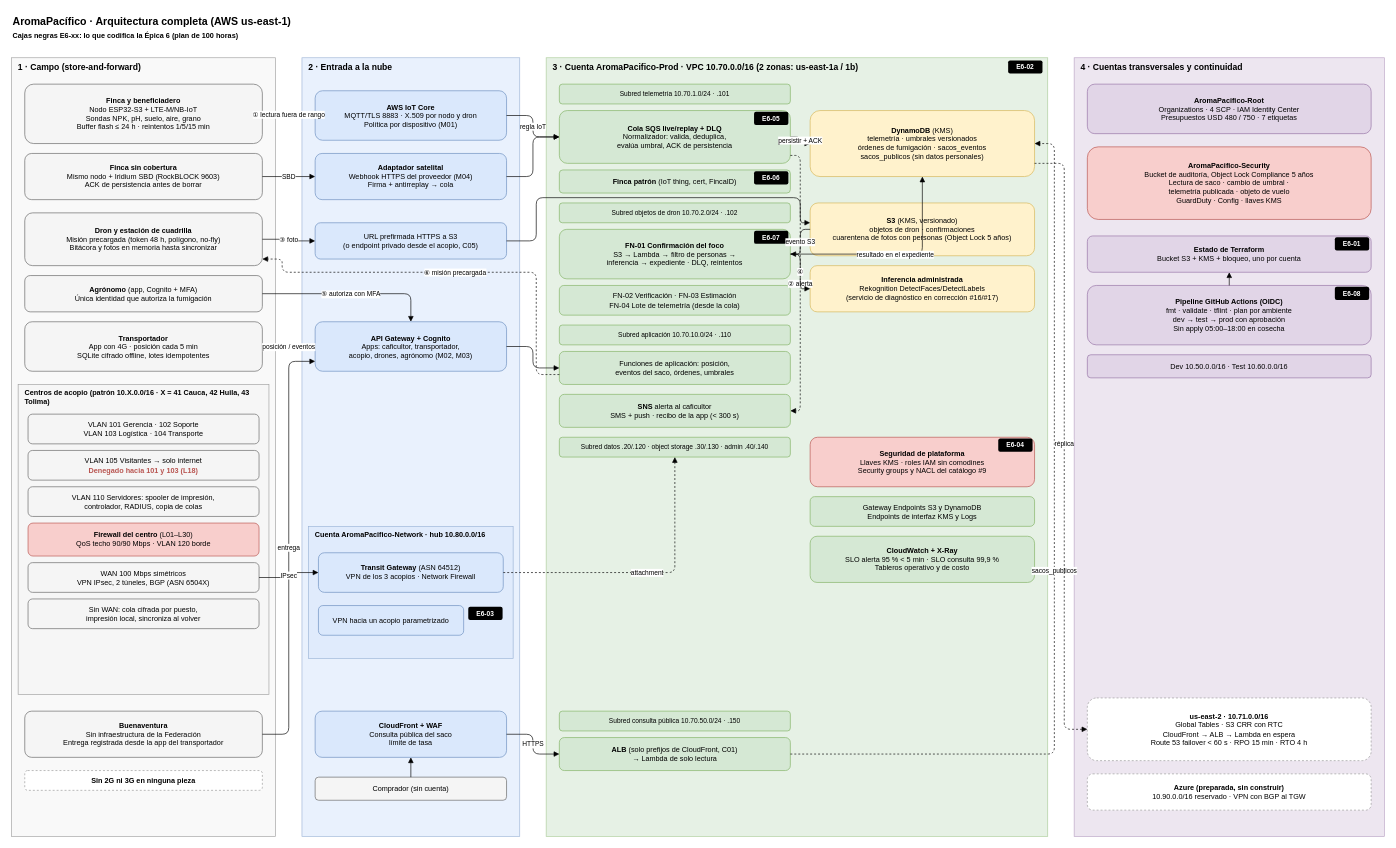
Earlier version of the draw.io diagram docs/architecture/diagrams/vista-general.drawio (aromapacifico-platform/planning). Source tidied: cells renumbered, new cells numbered last; positions are measured from the earlier drawing's top-left corner, leaving out a move shared by most shapes. Both pictures are drawn from the tidied source at 66%, with x=0, y=0 at pixel (11, 11).
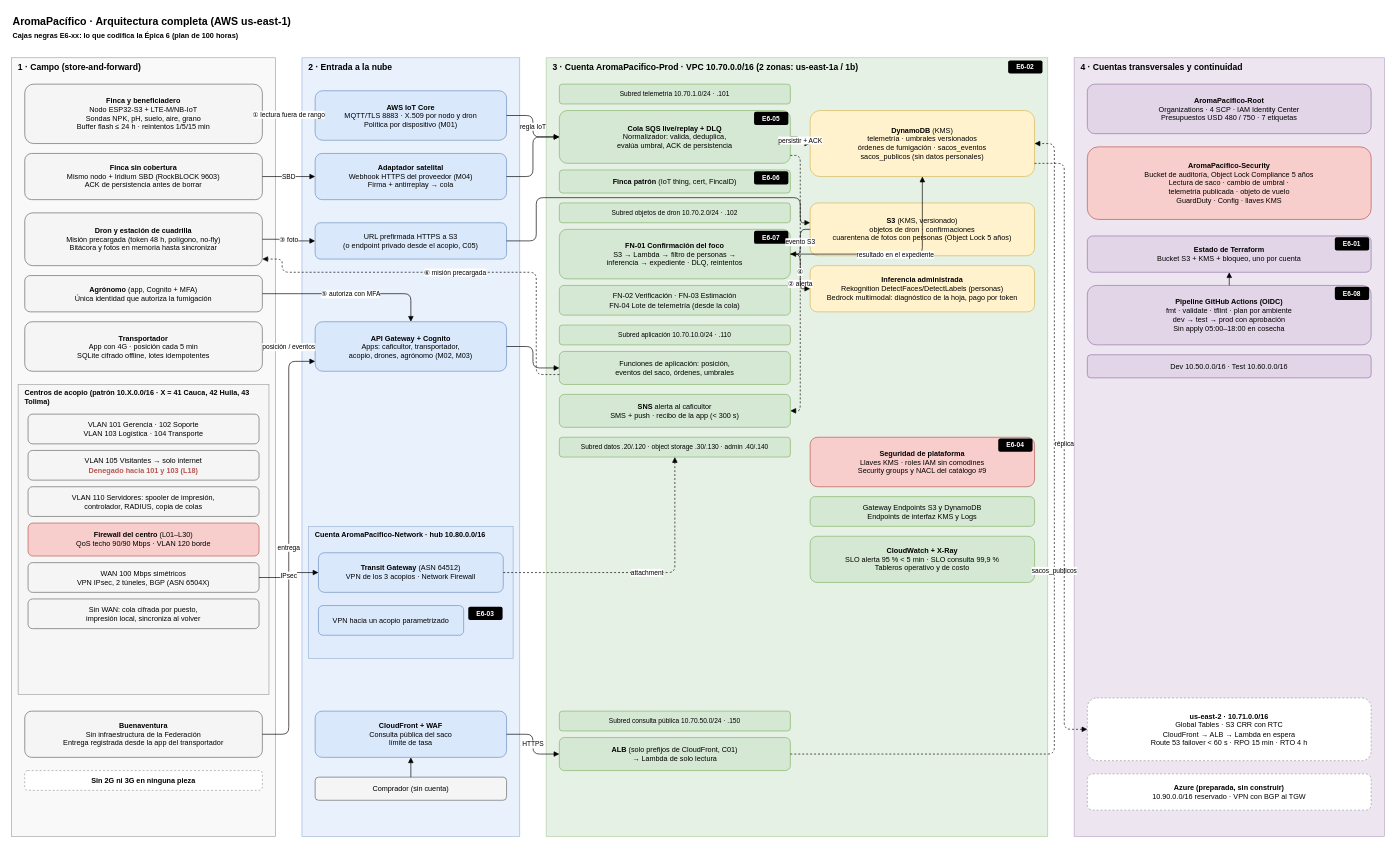
After the change.

Commit message (it also covers changes not shown here):
docs(architecture): close functions section with bedrock inference

What changed in the source:
```diff
@@
-    <mxCell id="43" value="&lt;b&gt;Inferencia administrada&lt;/b&gt;&lt;br&gt;Rekognition DetectFaces/DetectLabels&lt;br&gt;(servicio de diagnóstico en corrección #16/#17)" style="rounded=1;whiteSpace=wrap;html=1;fontSize=11;fillColor=#fff2cc;strokeColor=#d6b656;" parent="1" vertex="1">
+    <mxCell id="43" value="&lt;b&gt;Inferencia administrada&lt;/b&gt;&lt;br&gt;Rekognition DetectFaces/DetectLabels (personas)&lt;br&gt;Bedrock multimodal: diagnóstico de la hoja, pago por token" style="rounded=1;whiteSpace=wrap;html=1;fontSize=11;fillColor=#fff2cc;strokeColor=#d6b656;" parent="1" vertex="1">
       <mxGeometry x="1210" y="385" width="340" height="70" as="geometry" />
     </mxCell>
```
